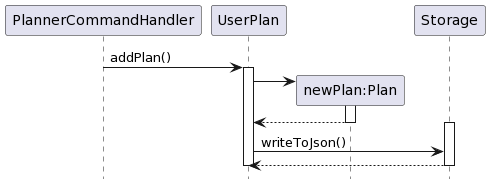
Earlier version of the PlantUML export docs/UML/Images/addPlan.png (nus-cs2113-AY2223S2/tp). Its source is kept beside it as docs/UML/addPlan.puml.
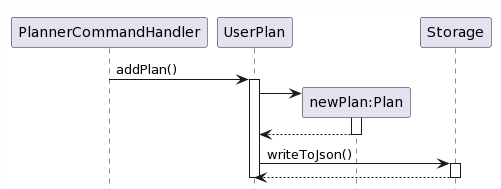
Later version of the same file.

Commit message:
updaged uml diagram

The edit, as a diff of the source:
```diff
@@ -5,8 +5,8 @@
 activate "newPlan:Plan"
 "newPlan:Plan" --> UserPlan
 deactivate "newPlan:Plan"
+UserPlan -> Storage : writeToJson()
 activate Storage
-UserPlan -> Storage : writeToJson()
 Storage --> UserPlan
 deactivate Storage
 deactivate UserPlan
```
